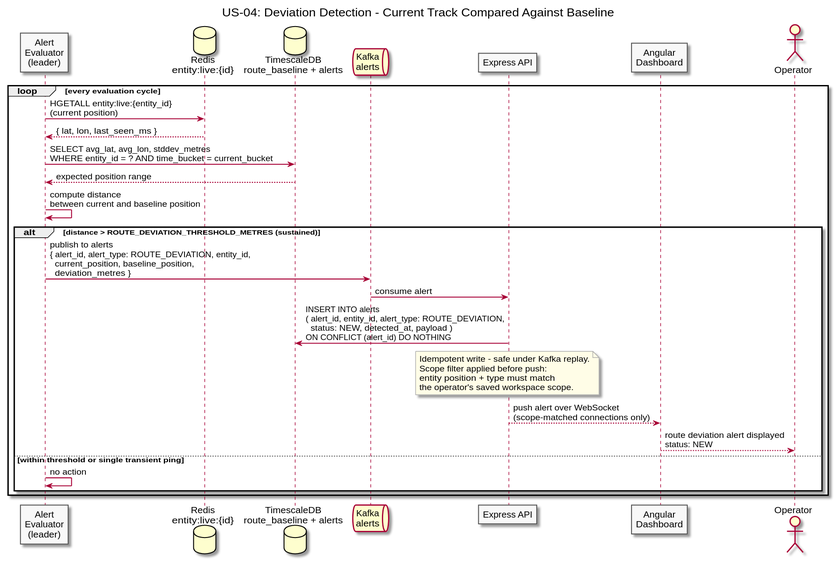
Earlier version of the PlantUML export diagrams/docs/use-cases/US-04-route-deviation-alert/deviation-detection.svg (Buffden/sentinel).
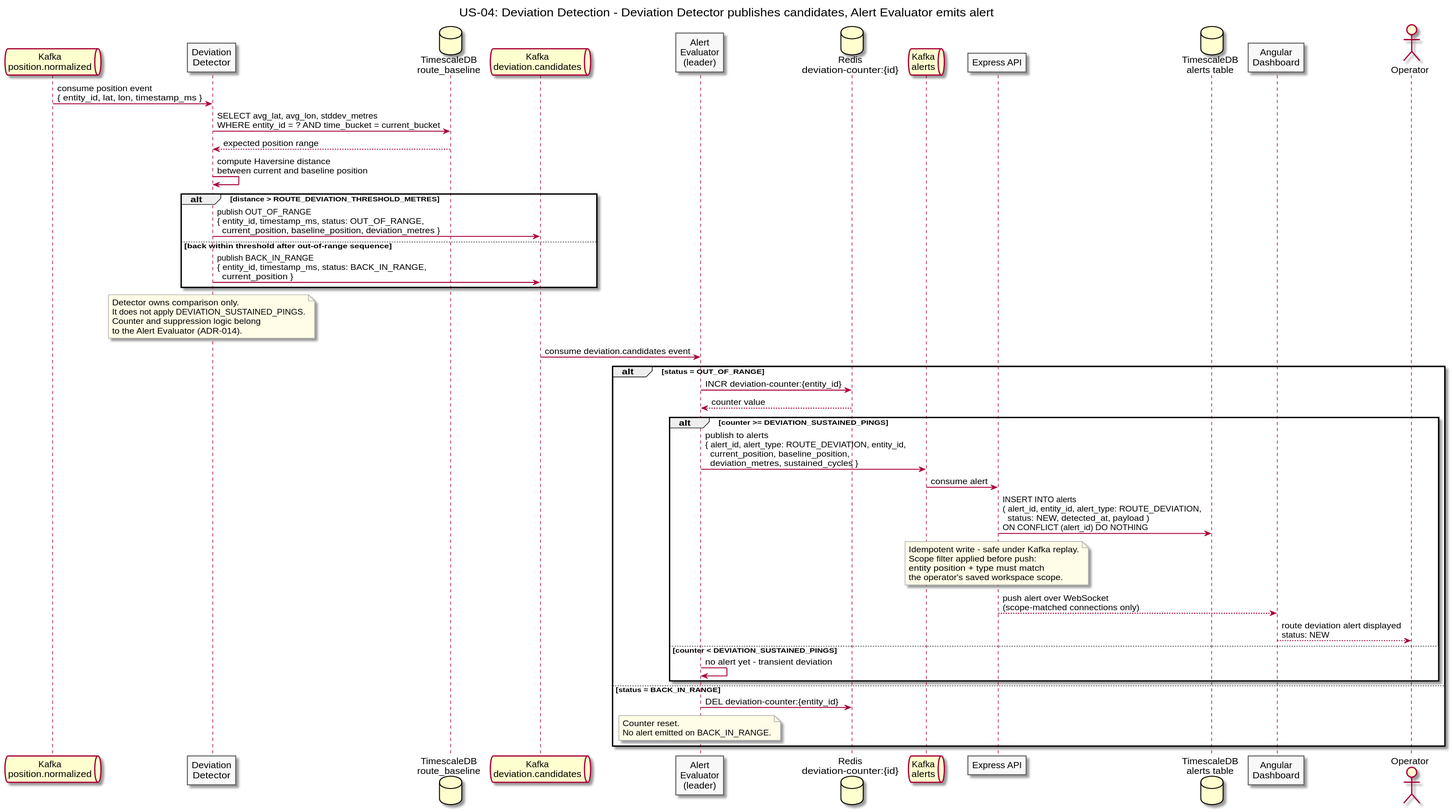
Later version of the same file.

What changed in the source:
```diff
@@ -1,5 +1,5 @@
 @startuml deviation-detection
-title US-04: Deviation Detection - Current Track Compared Against Baseline
+title US-04: Deviation Detection - Deviation Detector publishes candidates, Alert Evaluator emits alert
 
 skinparam sequenceArrowThickness 1.5
 skinparam participantBorderColor #555555
@@ -7,27 +7,48 @@
 skinparam noteBorderColor #AAAAAA
 skinparam noteBackgroundColor #FFFDE7
 
+queue "Kafka\nposition.normalized" as NormKafka
+participant "Deviation\nDetector" as Detector
+database "TimescaleDB\nroute_baseline" as Baseline
+queue "Kafka\ndeviation.candidates" as DevCandKafka
 participant "Alert\nEvaluator\n(leader)" as Evaluator
-database "Redis\nentity:live:{id}" as Redis
-database "TimescaleDB\nroute_baseline + alerts" as Baseline
-queue "Kafka\nalerts" as Kafka
+database "Redis\ndeviation-counter:{id}" as DevState
+queue "Kafka\nalerts" as Alerts
 participant "Express API" as API
+database "TimescaleDB\nalerts table" as TSDB
 participant "Angular\nDashboard" as Dashboard
 actor Operator
 
-loop every evaluation cycle
-  Evaluator -> Redis : HGETALL entity:live:{entity_id}\n(current position)
-  Redis --> Evaluator : { lat, lon, last_seen_ms }
+NormKafka -> Detector : consume position event\n{ entity_id, lat, lon, timestamp_ms }
 
-  Evaluator -> Baseline : SELECT avg_lat, avg_lon, stddev_metres\nWHERE entity_id = ? AND time_bucket = current_bucket
-  Baseline --> Evaluator : expected position range
+Detector -> Baseline : SELECT avg_lat, avg_lon, stddev_metres\nWHERE entity_id = ? AND time_bucket = current_bucket
+Baseline --> Detector : expected position range
 
-  Evaluator -> Evaluator : compute distance\nbetween current and baseline position
+Detector -> Detector : compute Haversine distance\nbetween current and baseline position
 
-  alt distance > ROUTE_DEVIATION_THRESHOLD_METRES (sustained)
-    Evaluator -> Kafka : publish to alerts\n{ alert_id, alert_type: ROUTE_DEVIATION, entity_id,\n  current_position, baseline_position,\n  deviation_metres }
-    Kafka -> API : consume alert
-    API -> Baseline : INSERT INTO alerts\n( alert_id, entity_id, alert_type: ROUTE_DEVIATION,\n  status: NEW, detected_at, payload )\nON CONFLICT (alert_id) DO NOTHING
+alt distance > ROUTE_DEVIATION_THRESHOLD_METRES
+  Detector -> DevCandKafka : publish OUT_OF_RANGE\n{ entity_id, timestamp_ms, status: OUT_OF_RANGE,\n  current_position, baseline_position, deviation_metres }
+else back within threshold after out-of-range sequence
+  Detector -> DevCandKafka : publish BACK_IN_RANGE\n{ entity_id, timestamp_ms, status: BACK_IN_RANGE,\n  current_position }
+end
+
+note over Detector
+  Detector owns comparison only.
+  It does not apply DEVIATION_SUSTAINED_PINGS.
+  Counter and suppression logic belong
+  to the Alert Evaluator (ADR-014).
+end note
+
+DevCandKafka -> Evaluator : consume deviation.candidates event
+
+alt status = OUT_OF_RANGE
+  Evaluator -> DevState : INCR deviation-counter:{entity_id}
+  DevState --> Evaluator : counter value
+
+  alt counter >= DEVIATION_SUSTAINED_PINGS
+    Evaluator -> Alerts : publish to alerts\n{ alert_id, alert_type: ROUTE_DEVIATION, entity_id,\n  current_position, baseline_position,\n  deviation_metres, sustained_cycles }
+    Alerts -> API : consume alert
+    API -> TSDB : INSERT INTO alerts\n( alert_id, entity_id, alert_type: ROUTE_DEVIATION,\n  status: NEW, detected_at, payload )\nON CONFLICT (alert_id) DO NOTHING
     note over API
       Idempotent write - safe under Kafka replay.
       Scope filter applied before push:
@@ -36,9 +57,16 @@
     end note
     API --> Dashboard : push alert over WebSocket\n(scope-matched connections only)
     Dashboard --> Operator : route deviation alert displayed\nstatus: NEW
-  else within threshold or single transient ping
-    Evaluator -> Evaluator : no action
+  else counter < DEVIATION_SUSTAINED_PINGS
+    Evaluator -> Evaluator : no alert yet - transient deviation
   end
+
+else status = BACK_IN_RANGE
+  Evaluator -> DevState : DEL deviation-counter:{entity_id}
+  note over Evaluator
+    Counter reset.
+    No alert emitted on BACK_IN_RANGE.
+  end note
 end
 
 @enduml
```
